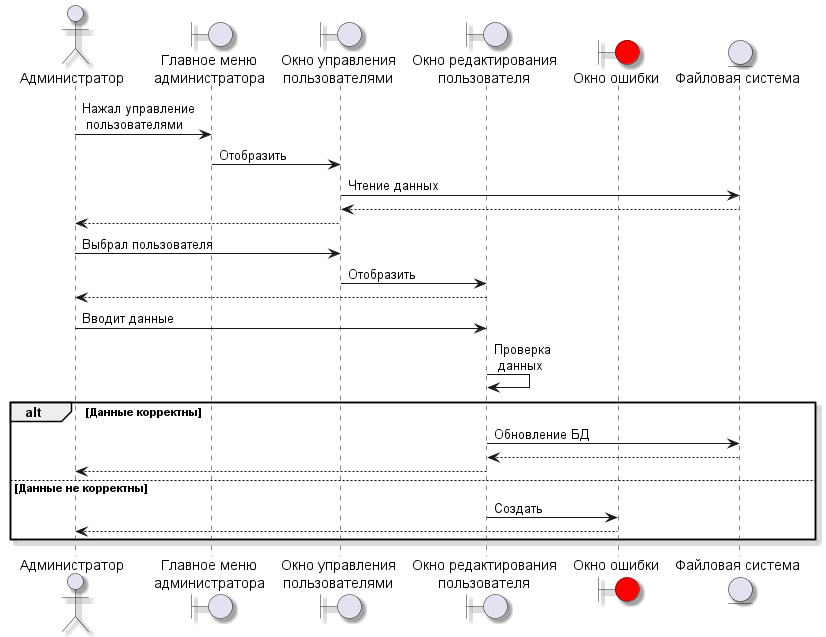
This is out/Resource/Диаграммы последовательности/Редактирование пользователей (Администратор).png from MiFit1/OSOGO, a PlantUML export, as it was before one commit.
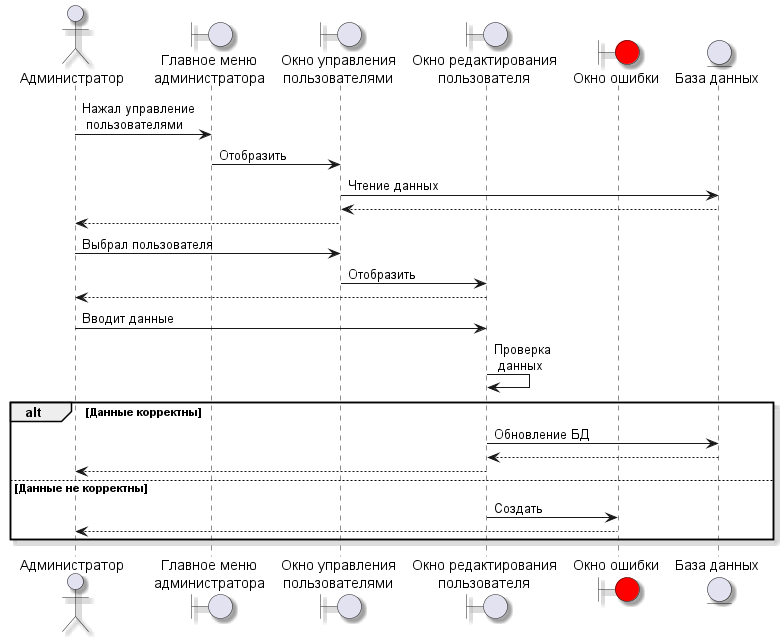
After the change.

Change to the diagram source:
```diff
@@ -6,7 +6,7 @@
 boundary "Окно редактирования\nпользователя" as changeUserWindow
 boundary "Окно ошибки" as errorWindow #Red
 
-entity "Файловая система" as fs
+entity "База данных" as fs
 
 admin -> mainMenuAd:Нажал управление\n пользователями
 mainMenuAd -> changeUserTab:Отобразить
```
